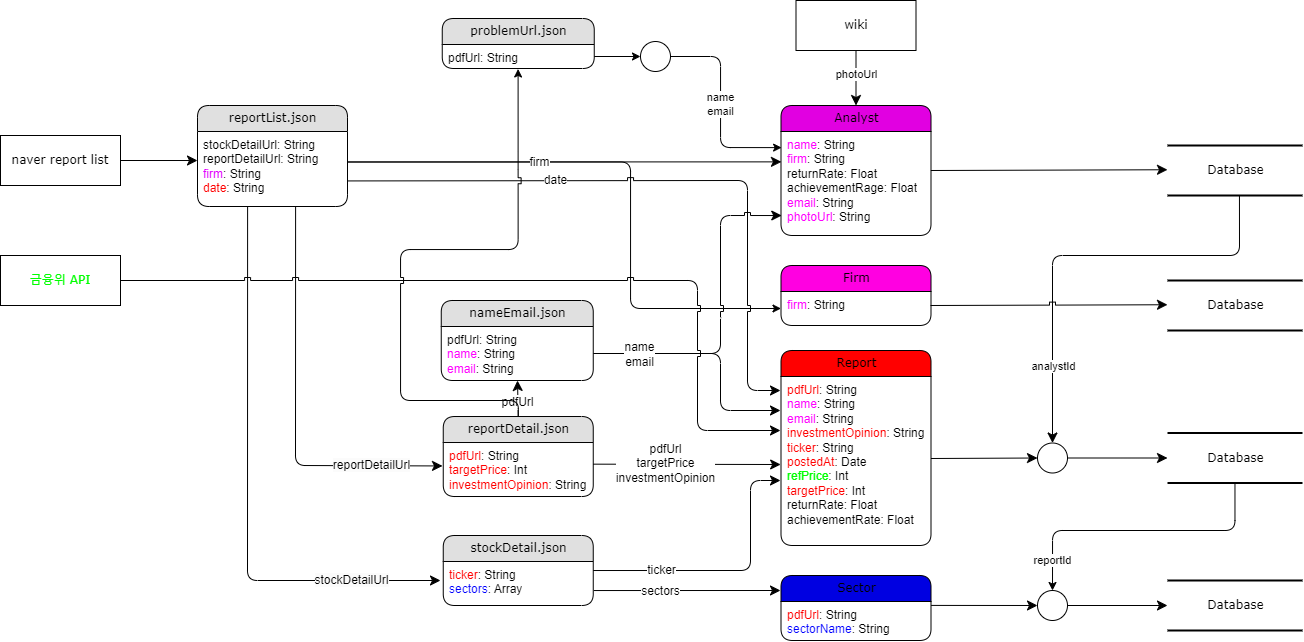
Before: diagram/DataFlow.drawio.png, a diagram exported from draw.io (PDA-stockX/research-crawling). Source tidied: cells renumbered, new cells last; positions are measured from the earlier drawing's top-left corner, leaving out a move shared by most shapes.
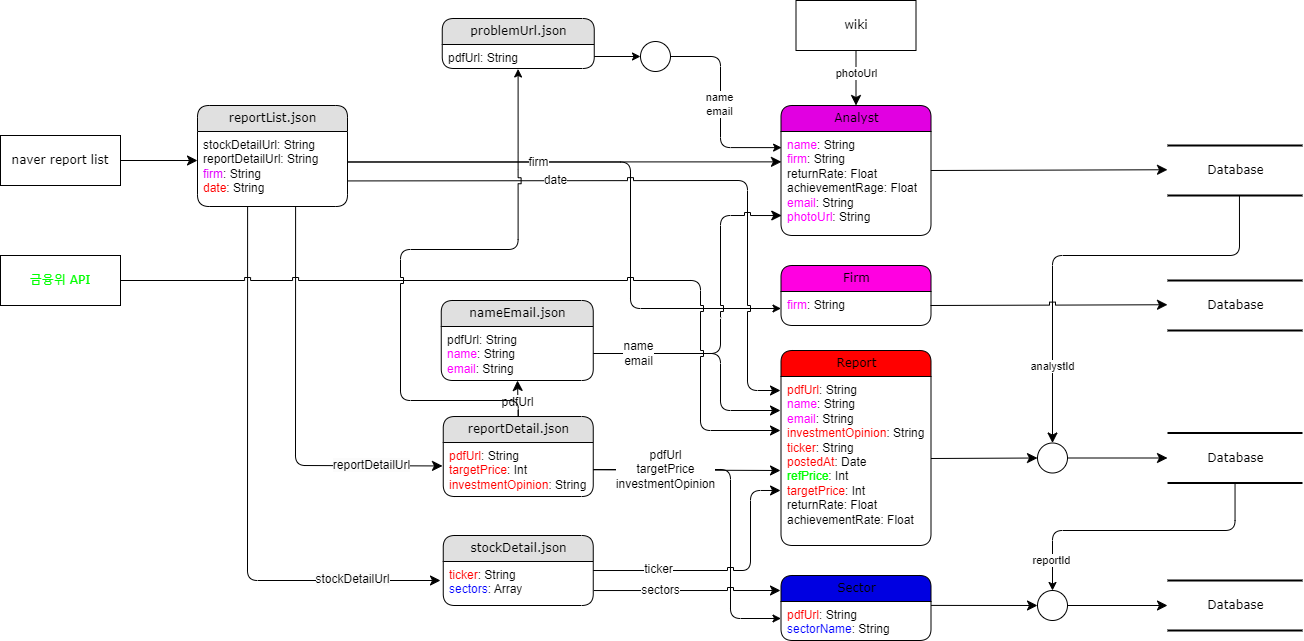
After the commit.

Diff of the diagram source:
```diff
@@ -2,6 +2,14 @@
   <root>
     <mxCell id="0" />
     <mxCell id="1" parent="0" />
+    <mxCell id="68" style="edgeStyle=orthogonalEdgeStyle;rounded=1;jettySize=auto;html=1;curved=0;jumpStyle=sharp;exitX=1;exitY=0.5;exitDx=0;exitDy=0;entryX=0;entryY=0.5;entryDx=0;entryDy=0;" parent="1" edge="1" source="33" target="24">
+      <mxGeometry relative="1" as="geometry">
+        <Array as="points">
+          <mxPoint x="730" y="469" />
+          <mxPoint x="730" y="618" />
+        </Array>
+      </mxGeometry>
+    </mxCell>
     <mxCell id="2" style="edgeStyle=orthogonalEdgeStyle;rounded=1;jettySize=auto;html=1;entryX=0;entryY=0.5;entryDx=0;entryDy=0;exitX=0.999;exitY=0.412;exitDx=0;exitDy=0;exitPerimeter=0;curved=0;" parent="1" edge="1" source="7" target="62">
       <mxGeometry relative="1" as="geometry">
         <Array as="points">
@@ -108,19 +116,18 @@
     <mxCell id="26" value="name&lt;div&gt;email&lt;/div&gt;" style="edgeLabel;html=1;align=center;verticalAlign=middle;fontSize=12;" parent="25" vertex="1">
       <mxGeometry x="-0.72" relative="1" as="geometry" />
     </mxCell>
-    <mxCell id="27" style="edgeStyle=none;html=1;labelBackgroundColor=none;startFill=0;startSize=8;endFill=1;endSize=8;fontFamily=Verdana;fontSize=12;exitX=1;exitY=0.205;exitDx=0;exitDy=0;exitPerimeter=0;" parent="1" edge="1" source="9">
+    <mxCell id="27" style="edgeStyle=none;html=1;labelBackgroundColor=none;startFill=0;startSize=8;endFill=1;endSize=8;fontFamily=Verdana;fontSize=12;exitX=1;exitY=0.205;exitDx=0;exitDy=0;exitPerimeter=0;jumpStyle=sharp;entryX=-0.003;entryY=0.695;entryDx=0;entryDy=0;entryPerimeter=0;" parent="1" edge="1" source="9" target="20">
       <mxGeometry relative="1" as="geometry">
-        <mxPoint x="780" y="480" as="targetPoint" />
         <Array as="points">
           <mxPoint x="750" y="570" />
-          <mxPoint x="750" y="480" />
+          <mxPoint x="750" y="490" />
         </Array>
       </mxGeometry>
     </mxCell>
     <mxCell id="28" value="ticker" style="edgeLabel;html=1;align=center;verticalAlign=middle;fontSize=12;" parent="27" vertex="1">
       <mxGeometry x="-0.52" y="1" relative="1" as="geometry" />
     </mxCell>
-    <mxCell id="29" style="edgeStyle=none;html=1;labelBackgroundColor=none;startFill=0;startSize=8;endFill=1;endSize=8;fontFamily=Verdana;fontSize=12;exitX=1.004;exitY=0.66;exitDx=0;exitDy=0;exitPerimeter=0;" parent="1" edge="1" source="9">
+    <mxCell id="29" style="edgeStyle=none;html=1;labelBackgroundColor=none;startFill=0;startSize=8;endFill=1;endSize=8;fontFamily=Verdana;fontSize=12;exitX=1.004;exitY=0.66;exitDx=0;exitDy=0;exitPerimeter=0;jumpStyle=sharp;" parent="1" edge="1" source="9">
       <mxGeometry relative="1" as="geometry">
         <mxPoint x="780" y="590" as="targetPoint" />
       </mxGeometry>
@@ -137,9 +144,9 @@
     <mxCell id="33" value="&lt;font color=&quot;#ff0000&quot;&gt;pdfUrl&lt;/font&gt;: String&lt;div&gt;&lt;font color=&quot;#ff0000&quot;&gt;targetPrice&lt;/font&gt;: Int&lt;/div&gt;&lt;div&gt;&lt;font color=&quot;#ff0000&quot;&gt;investmentOpinion&lt;/font&gt;: String&lt;/div&gt;" style="text;html=1;strokeColor=none;fillColor=none;spacingLeft=4;spacingRight=4;whiteSpace=wrap;overflow=hidden;points=[[0,0.5],[1,0.5]];portConstraint=eastwest;align=left;" parent="32" vertex="1">
       <mxGeometry y="26" width="150" height="54" as="geometry" />
     </mxCell>
-    <mxCell id="34" style="edgeStyle=none;html=1;labelBackgroundColor=none;startFill=0;startSize=8;endFill=1;endSize=8;fontFamily=Verdana;fontSize=12;exitX=1;exitY=0.401;exitDx=0;exitDy=0;exitPerimeter=0;" parent="1" edge="1" source="33">
+    <mxCell id="34" style="edgeStyle=none;html=1;labelBackgroundColor=none;startFill=0;startSize=8;endFill=1;endSize=8;fontFamily=Verdana;fontSize=12;" parent="1" edge="1" source="33">
       <mxGeometry relative="1" as="geometry">
-        <mxPoint x="780.1" y="464" as="targetPoint" />
+        <mxPoint x="780" y="470" as="targetPoint" />
       </mxGeometry>
     </mxCell>
     <mxCell id="35" value="pdfUrl&lt;div&gt;targetPrice&lt;/div&gt;&lt;div&gt;investmentOpinion&lt;/div&gt;" style="edgeLabel;html=1;align=center;verticalAlign=middle;fontSize=12;" parent="34" vertex="1">
@@ -163,8 +170,9 @@
       <mxGeometry relative="1" as="geometry">
         <mxPoint x="780" y="430" as="targetPoint" />
         <Array as="points">
-          <mxPoint x="697" y="280" />
-          <mxPoint x="697" y="430" />
+          <mxPoint x="700" y="280" />
+          <mxPoint x="700" y="360" />
+          <mxPoint x="700" y="430" />
         </Array>
       </mxGeometry>
     </mxCell>
```
